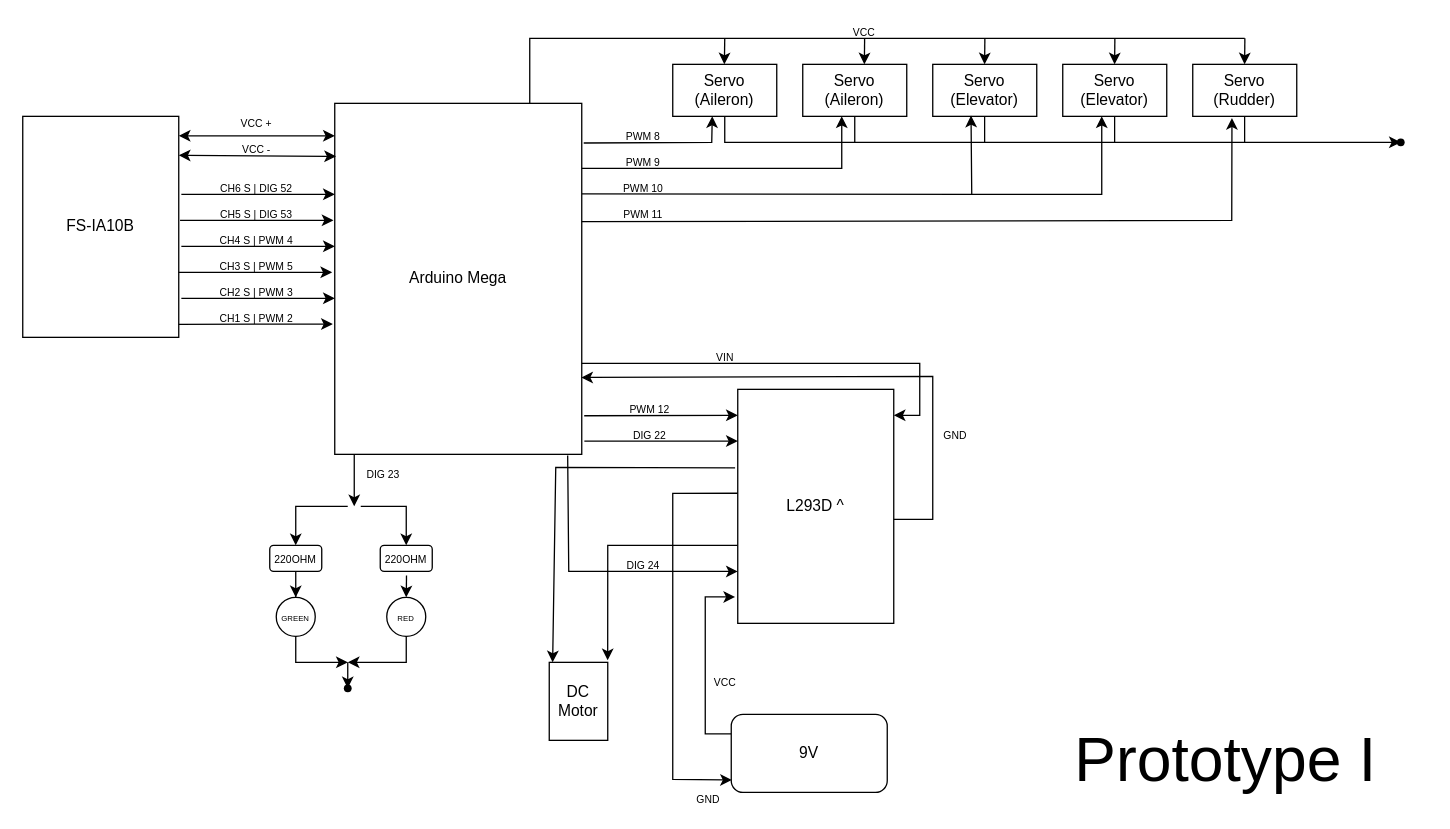
Above: resources/schematic.drawio in dev-jtemel/rc_plane (draw.io), before the change. Source tidied: cells renumbered, new cells numbered last; positions are measured from the earlier drawing's top-left corner, leaving out a move shared by most shapes. Both pictures are drawn from the tidied source at 130%, with x=0, y=0 at pixel (22, 25).
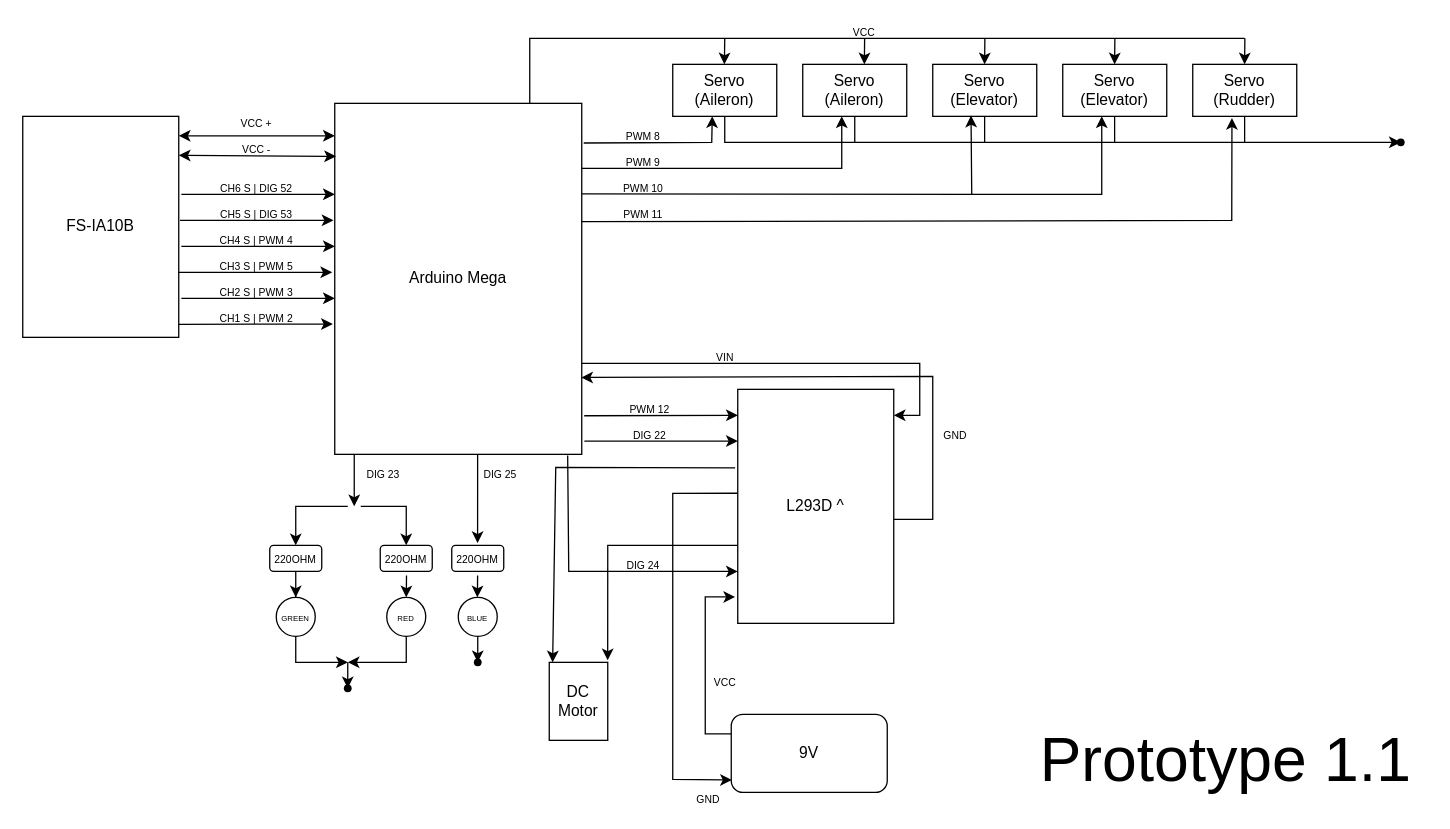
Above is the later version.

The edit, as a diff of the source:
```diff
@@
-    <mxCell id="80" value="&lt;font style=&quot;font-size: 48px;&quot;&gt;Prototype I&lt;/font&gt;" style="text;html=1;align=center;verticalAlign=middle;strokeColor=none;fillColor=none;" parent="1" vertex="1">
-      <mxGeometry x="800" y="530" width="250" height="70" as="geometry" />
+    <mxCell id="80" value="&lt;font style=&quot;font-size: 48px;&quot;&gt;Prototype 1.1&lt;/font&gt;" style="text;html=1;align=center;verticalAlign=middle;strokeColor=none;fillColor=none;" parent="1" vertex="1">
+      <mxGeometry x="770" y="530" width="310" height="70" as="geometry" />
     </mxCell>
+    <mxCell id="81" value="&lt;font style=&quot;font-size: 6px;&quot;&gt;BLUE&lt;/font&gt;" style="ellipse;whiteSpace=wrap;html=1;" parent="1" vertex="1">
+      <mxGeometry x="335" y="440" width="30" height="30" as="geometry" />
+    </mxCell>
+    <mxCell id="82" value="&lt;div&gt;&lt;font style=&quot;font-size: 8px;&quot;&gt;220OHM&lt;/font&gt;&lt;/div&gt;" style="rounded=1;whiteSpace=wrap;html=1;" parent="1" vertex="1">
+      <mxGeometry x="330" y="400" width="40" height="20" as="geometry" />
+    </mxCell>
+    <mxCell id="83" style="endArrow=classic;html=1;rounded=0;exitX=0.5;exitY=1;exitDx=0;exitDy=0;entryX=0.497;entryY=-0.086;entryDx=0;entryDy=0;entryPerimeter=0;" parent="1" edge="1" target="82">
+      <mxGeometry relative="1" as="geometry">
+        <mxPoint x="349.9" y="330" as="sourcePoint" />
+        <Array as="points">
+          <mxPoint x="349.9" y="360" />
+        </Array>
+      </mxGeometry>
+    </mxCell>
+    <mxCell id="84" value="&lt;font style=&quot;font-size: 8px;&quot;&gt;DIG 25&lt;/font&gt;" style="text;html=1;strokeColor=none;fillColor=none;align=center;verticalAlign=middle;whiteSpace=wrap;rounded=0;" parent="1" vertex="1">
+      <mxGeometry x="350" y="340" width="35" height="10" as="geometry" />
+    </mxCell>
+    <mxCell id="85" style="endArrow=classic;html=1;rounded=0;exitX=0.505;exitY=1.16;exitDx=0;exitDy=0;exitPerimeter=0;" parent="1" edge="1">
+      <mxGeometry relative="1" as="geometry">
+        <mxPoint x="349.9" y="423.2" as="sourcePoint" />
+        <mxPoint x="349.7" y="440" as="targetPoint" />
+      </mxGeometry>
+    </mxCell>
+    <mxCell id="86" style="shape=waypoint;sketch=0;fillStyle=solid;size=6;fillColor=none;perimeter=centerPerimeter;" parent="1" vertex="1">
+      <mxGeometry x="340" y="480" width="20" height="20" as="geometry" />
+    </mxCell>
+    <mxCell id="87" style="endArrow=classic;html=1;rounded=0;" parent="1" edge="1">
+      <mxGeometry relative="1" as="geometry">
+        <mxPoint x="350" y="470" as="sourcePoint" />
+        <mxPoint x="350" y="490" as="targetPoint" />
+      </mxGeometry>
+    </mxCell>
```
